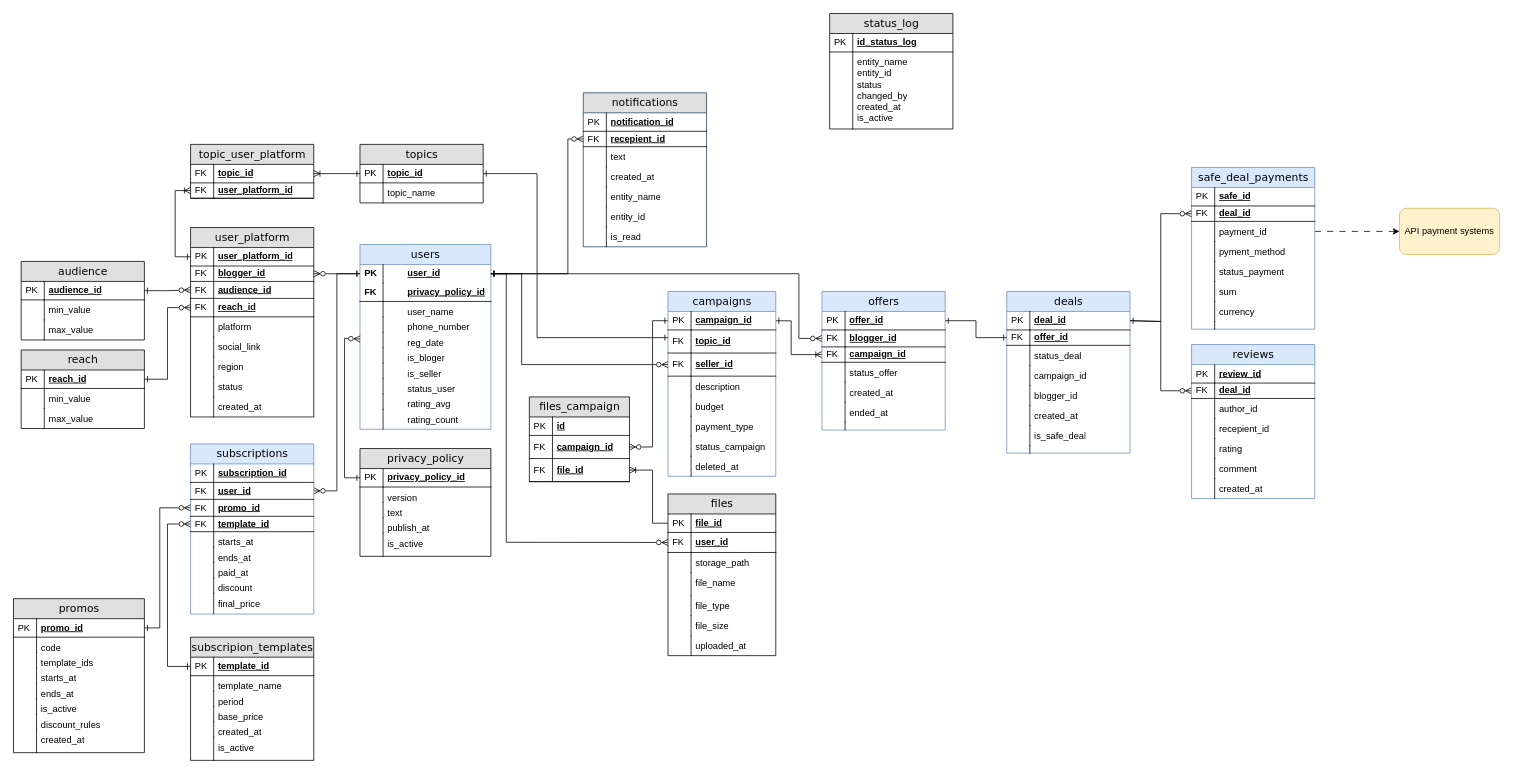
This is diagrams/erd.drawio.xml from NadezdaHope19/practice, a draw.io file, before an edit. Source tidied: cells renumbered, new cells numbered last; positions are measured from the earlier drawing's top-left corner, leaving out a move shared by most shapes. Both pictures are drawn from the tidied source at 77%, with x=0, y=0 at pixel (13, 13).
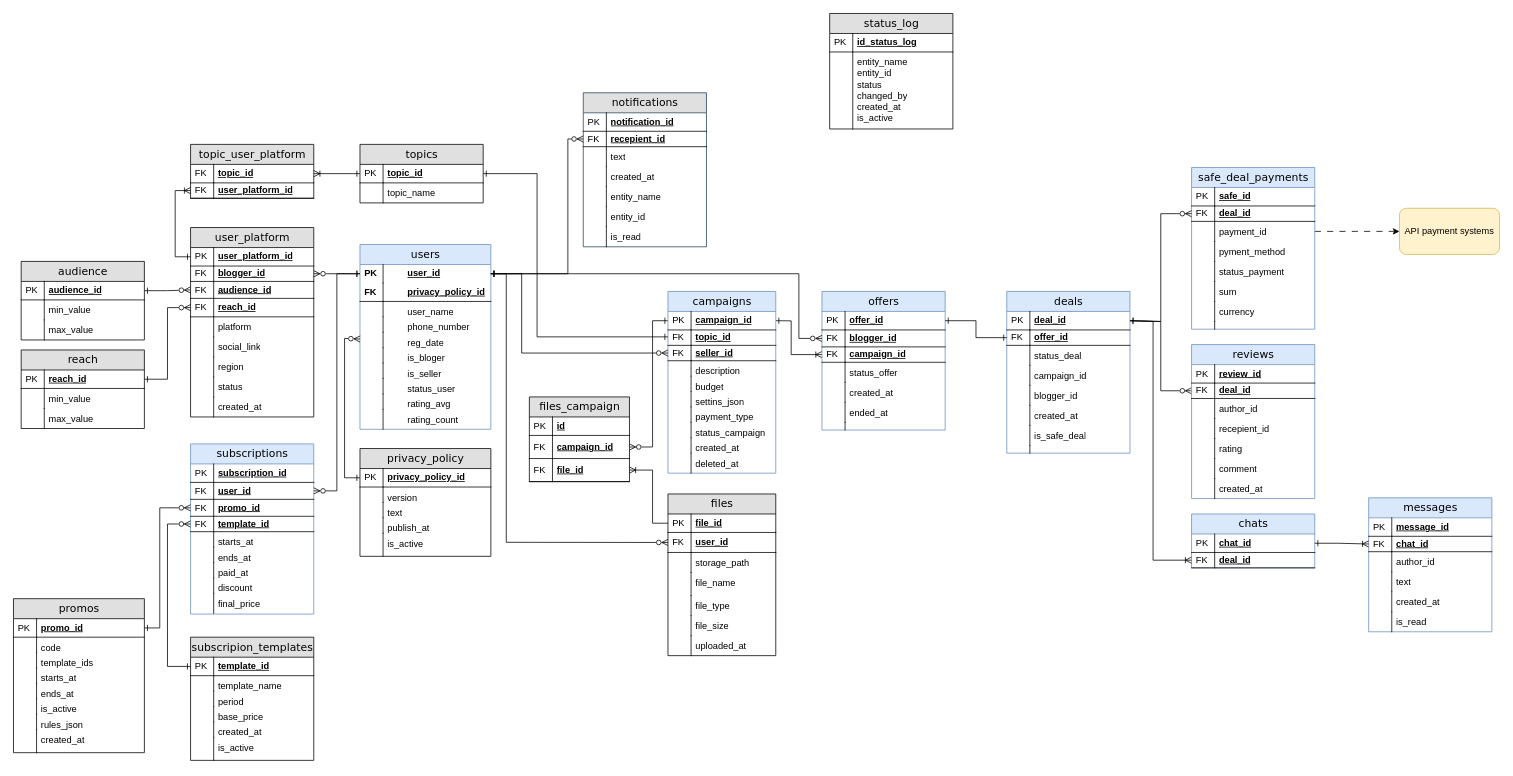
The same page after the edit.

The change refers to these unchanged cells:
```xml
<mxCell id="3" value="user_id" style="shape=partialRectangle;top=0;left=0;right=0;bottom=0;html=1;align=left;verticalAlign=middle;fillColor=none;spacingLeft=60;spacingRight=4;whiteSpace=wrap;overflow=hidden;points=[[0,0.5],[1,0.5]];portConstraint=eastwest;fontStyle=5;" parent="2" vertex="1">
  <mxGeometry y="26" width="170" height="24" as="geometry" />
</mxCell>
<mxCell id="97" value="topic_id" style="shape=partialRectangle;top=0;left=0;right=0;bottom=1;html=1;align=left;verticalAlign=middle;fillColor=none;spacingLeft=34;spacingRight=4;whiteSpace=wrap;overflow=hidden;points=[[0,0.5],[1,0.5]];portConstraint=eastwest;fontStyle=5;" parent="96" vertex="1">
  <mxGeometry y="26" width="160" height="24" as="geometry" />
</mxCell>
<mxCell id="202" value="deal_id" style="shape=partialRectangle;top=0;left=0;right=0;bottom=1;html=1;align=left;verticalAlign=middle;fillColor=none;spacingLeft=34;spacingRight=4;whiteSpace=wrap;overflow=hidden;points=[[0,0.5],[1,0.5]];portConstraint=eastwest;fontStyle=5;" parent="201" vertex="1">
  <mxGeometry y="26" width="160" height="24" as="geometry" />
</mxCell>
<mxCell id="237" value="promos" style="swimlane;html=1;fontStyle=0;horizontal=1;startSize=26;fillColor=#e0e0e0;swimlaneFillColor=#ffffff;align=center;rounded=0;shadow=0;comic=0;labelBackgroundColor=none;strokeWidth=1;fontFamily=Verdana;fontSize=14;swimlaneLine=1;" parent="1" vertex="1">
  <mxGeometry y="760" width="170" height="200" as="geometry" />
</mxCell>
```

What changed in the source:
```diff
@@
     <mxCell id="25" value="campaigns" style="swimlane;html=1;fontStyle=0;horizontal=1;startSize=26;fillColor=#dae8fc;swimlaneFillColor=#ffffff;align=center;rounded=0;shadow=0;comic=0;labelBackgroundColor=none;strokeWidth=1;fontFamily=Verdana;fontSize=14;swimlaneLine=1;strokeColor=#6c8ebf;" parent="1" vertex="1">
-      <mxGeometry x="850" y="361" width="140" height="240" as="geometry" />
+      <mxGeometry x="850" y="361" width="140" height="236" as="geometry" />
     </mxCell>
@@
     <mxCell id="28" value="&lt;div&gt;&lt;span style=&quot;background-color: transparent; color: light-dark(rgb(0, 0, 0), rgb(255, 255, 255));&quot;&gt;topic_id&lt;/span&gt;&lt;/div&gt;" style="shape=partialRectangle;top=0;left=0;right=0;bottom=1;html=1;align=left;verticalAlign=middle;fillColor=none;spacingLeft=34;spacingRight=4;whiteSpace=wrap;overflow=hidden;fontStyle=5;" parent="25" vertex="1">
-      <mxGeometry y="50" width="140" height="30" as="geometry" />
+      <mxGeometry y="50" width="140" height="20" as="geometry" />
     </mxCell>
     <mxCell id="29" value="&lt;div&gt;&lt;span style=&quot;background-color: transparent; color: light-dark(rgb(0, 0, 0), rgb(255, 255, 255));&quot;&gt;FK&lt;/span&gt;&lt;/div&gt;" style="shape=partialRectangle;top=0;left=0;bottom=0;html=1;fillColor=none;align=left;verticalAlign=middle;spacingLeft=4;spacingRight=4;whiteSpace=wrap;overflow=hidden;" parent="28" vertex="1">
-      <mxGeometry width="30" height="30" as="geometry" />
+      <mxGeometry width="30" height="20" as="geometry" />
     </mxCell>
     <mxCell id="30" value="&lt;div&gt;&lt;span style=&quot;background-color: transparent; color: light-dark(rgb(0, 0, 0), rgb(255, 255, 255));&quot;&gt;seller_id&lt;/span&gt;&lt;/div&gt;" style="shape=partialRectangle;top=0;left=0;right=0;bottom=1;html=1;align=left;verticalAlign=middle;fillColor=none;spacingLeft=34;spacingRight=4;whiteSpace=wrap;overflow=hidden;points=[[0,0.5],[1,0.5]];portConstraint=eastwest;fontStyle=5;" parent="25" vertex="1">
-      <mxGeometry y="80" width="140" height="30" as="geometry" />
+      <mxGeometry y="70" width="140" height="20" as="geometry" />
     </mxCell>
     <mxCell id="31" value="&lt;div&gt;&lt;span style=&quot;background-color: transparent; color: light-dark(rgb(0, 0, 0), rgb(255, 255, 255));&quot;&gt;FK&lt;/span&gt;&lt;/div&gt;" style="shape=partialRectangle;top=0;left=0;bottom=0;html=1;fillColor=none;align=left;verticalAlign=middle;spacingLeft=4;spacingRight=4;whiteSpace=wrap;overflow=hidden;" parent="30" vertex="1">
-      <mxGeometry width="30" height="30" as="geometry" />
+      <mxGeometry width="30" height="20" as="geometry" />
     </mxCell>
     <mxCell id="32" value="description" style="shape=partialRectangle;top=0;left=0;right=0;bottom=0;html=1;align=left;verticalAlign=top;fillColor=none;spacingLeft=34;spacingRight=4;whiteSpace=wrap;overflow=hidden;" parent="25" vertex="1">
-      <mxGeometry y="110" width="140" height="26" as="geometry" />
+      <mxGeometry y="90" width="140" height="20" as="geometry" />
     </mxCell>
     <mxCell id="33" style="shape=partialRectangle;top=0;left=0;bottom=0;html=1;fillColor=none;align=left;verticalAlign=top;spacingLeft=4;spacingRight=4;whiteSpace=wrap;overflow=hidden;" parent="32" vertex="1">
-      <mxGeometry width="30" height="26" as="geometry" />
+      <mxGeometry width="30" height="20" as="geometry" />
     </mxCell>
     <mxCell id="34" value="budget" style="shape=partialRectangle;top=0;left=0;right=0;bottom=0;html=1;align=left;verticalAlign=top;fillColor=none;spacingLeft=34;spacingRight=4;whiteSpace=wrap;overflow=hidden;" parent="25" vertex="1">
-      <mxGeometry y="136" width="140" height="26" as="geometry" />
+      <mxGeometry y="110" width="140" height="20" as="geometry" />
     </mxCell>
     <mxCell id="35" style="shape=partialRectangle;top=0;left=0;bottom=0;html=1;fillColor=none;align=left;verticalAlign=top;spacingLeft=4;spacingRight=4;whiteSpace=wrap;overflow=hidden;" parent="34" vertex="1">
-      <mxGeometry width="30" height="26" as="geometry" />
+      <mxGeometry width="30" height="20" as="geometry" />
     </mxCell>
+    <mxCell id="271" value="&lt;div&gt;&lt;span style=&quot;background-color: transparent; color: light-dark(rgb(0, 0, 0), rgb(255, 255, 255));&quot;&gt;settins_json&lt;/span&gt;&lt;/div&gt;" style="shape=partialRectangle;top=0;left=0;right=0;bottom=0;html=1;align=left;verticalAlign=top;fillColor=none;spacingLeft=34;spacingRight=4;whiteSpace=wrap;overflow=hidden;" parent="25" vertex="1">
+      <mxGeometry y="130" width="140" height="20" as="geometry" />
+    </mxCell>
+    <mxCell id="272" style="shape=partialRectangle;top=0;left=0;bottom=0;html=1;fillColor=none;align=left;verticalAlign=top;spacingLeft=4;spacingRight=4;whiteSpace=wrap;overflow=hidden;" parent="271" vertex="1">
+      <mxGeometry width="30" height="20" as="geometry" />
+    </mxCell>
     <mxCell id="36" value="payment_type" style="shape=partialRectangle;top=0;left=0;right=0;bottom=0;html=1;align=left;verticalAlign=top;fillColor=none;spacingLeft=34;spacingRight=4;whiteSpace=wrap;overflow=hidden;" parent="25" vertex="1">
-      <mxGeometry y="162" width="140" height="26" as="geometry" />
+      <mxGeometry y="150" width="140" height="20" as="geometry" />
     </mxCell>
     <mxCell id="37" style="shape=partialRectangle;top=0;left=0;bottom=0;html=1;fillColor=none;align=left;verticalAlign=top;spacingLeft=4;spacingRight=4;whiteSpace=wrap;overflow=hidden;" parent="36" vertex="1">
-      <mxGeometry width="30" height="26" as="geometry" />
+      <mxGeometry width="30" height="20" as="geometry" />
     </mxCell>
     <mxCell id="38" value="&lt;div&gt;&lt;span style=&quot;background-color: transparent; color: light-dark(rgb(0, 0, 0), rgb(255, 255, 255));&quot;&gt;status_campaign&lt;/span&gt;&lt;/div&gt;" style="shape=partialRectangle;top=0;left=0;right=0;bottom=0;html=1;align=left;verticalAlign=top;fillColor=none;spacingLeft=34;spacingRight=4;whiteSpace=wrap;overflow=hidden;" parent="25" vertex="1">
-      <mxGeometry y="188" width="140" height="26" as="geometry" />
+      <mxGeometry y="170" width="140" height="20" as="geometry" />
     </mxCell>
     <mxCell id="39" style="shape=partialRectangle;top=0;left=0;bottom=0;html=1;fillColor=none;align=left;verticalAlign=top;spacingLeft=4;spacingRight=4;whiteSpace=wrap;overflow=hidden;" parent="38" vertex="1">
-      <mxGeometry width="30" height="26" as="geometry" />
+      <mxGeometry width="30" height="20" as="geometry" />
     </mxCell>
+    <mxCell id="273" value="&lt;div&gt;&lt;span style=&quot;background-color: transparent; color: light-dark(rgb(0, 0, 0), rgb(255, 255, 255));&quot;&gt;created_at&lt;/span&gt;&lt;/div&gt;" style="shape=partialRectangle;top=0;left=0;right=0;bottom=0;html=1;align=left;verticalAlign=top;fillColor=none;spacingLeft=34;spacingRight=4;whiteSpace=wrap;overflow=hidden;" parent="25" vertex="1">
+      <mxGeometry y="190" width="140" height="20" as="geometry" />
+    </mxCell>
+    <mxCell id="274" style="shape=partialRectangle;top=0;left=0;bottom=0;html=1;fillColor=none;align=left;verticalAlign=top;spacingLeft=4;spacingRight=4;whiteSpace=wrap;overflow=hidden;" parent="273" vertex="1">
+      <mxGeometry width="30" height="20" as="geometry" />
+    </mxCell>
     <mxCell id="40" value="deleted_at" style="shape=partialRectangle;top=0;left=0;right=0;bottom=0;html=1;align=left;verticalAlign=top;fillColor=none;spacingLeft=34;spacingRight=4;whiteSpace=wrap;overflow=hidden;" parent="25" vertex="1">
-      <mxGeometry y="214" width="140" height="26" as="geometry" />
+      <mxGeometry y="210" width="140" height="26" as="geometry" />
     </mxCell>
@@
     <mxCell id="95" style="edgeStyle=none;rounded=0;jettySize=auto;html=1;entryX=0;entryY=0.5;entryDx=0;entryDy=0;endArrow=ERzeroToMany;endFill=0;startArrow=ERone;startFill=0;exitX=1;exitY=0.5;exitDx=0;exitDy=0;" parent="1" edge="1" source="3" target="30">
       <mxGeometry relative="1" as="geometry">
         <Array as="points">
           <mxPoint x="660" y="338" />
-          <mxPoint x="660" y="456" />
+          <mxPoint x="660" y="441" />
         </Array>
       </mxGeometry>
     </mxCell>
@@
     <mxCell id="166" style="edgeStyle=none;rounded=0;jettySize=auto;html=1;exitX=0;exitY=0.25;exitDx=0;exitDy=0;entryX=1;entryY=0.5;entryDx=0;entryDy=0;endArrow=ERone;endFill=0;startArrow=ERone;startFill=0;" parent="1" edge="1" source="25" target="97">
       <mxGeometry relative="1" as="geometry">
         <Array as="points">
-          <mxPoint x="680" y="421" />
+          <mxPoint x="680" y="420" />
           <mxPoint x="680" y="208" />
         </Array>
       </mxGeometry>
     </mxCell>
@@
-    <mxCell id="250" value="discount_rules" style="shape=partialRectangle;top=0;left=0;right=0;bottom=0;html=1;align=left;verticalAlign=top;fillColor=none;spacingLeft=34;spacingRight=4;whiteSpace=wrap;overflow=hidden;" parent="237" vertex="1">
+    <mxCell id="250" value="rules_json" style="shape=partialRectangle;top=0;left=0;right=0;bottom=0;html=1;align=left;verticalAlign=top;fillColor=none;spacingLeft=34;spacingRight=4;whiteSpace=wrap;overflow=hidden;" parent="237" vertex="1">
       <mxGeometry y="150" width="170" height="20" as="geometry" />
     </mxCell>
@@
+    <mxCell id="275" value="chats" style="swimlane;html=1;fontStyle=0;horizontal=1;startSize=26;fillColor=#dae8fc;swimlaneFillColor=#ffffff;align=center;rounded=0;shadow=0;comic=0;labelBackgroundColor=none;strokeWidth=1;fontFamily=Verdana;fontSize=14;strokeColor=#6c8ebf;" parent="1" vertex="1">
+      <mxGeometry x="1530" y="650" width="160" height="70" as="geometry" />
+    </mxCell>
+    <mxCell id="276" value="chat_id" style="shape=partialRectangle;top=0;left=0;right=0;bottom=1;html=1;align=left;verticalAlign=middle;fillColor=none;spacingLeft=34;spacingRight=4;whiteSpace=wrap;overflow=hidden;points=[[0,0.5],[1,0.5]];portConstraint=eastwest;fontStyle=5;" parent="275" vertex="1">
+      <mxGeometry y="26" width="160" height="24" as="geometry" />
+    </mxCell>
+    <mxCell id="277" value="PK" style="shape=partialRectangle;top=0;left=0;bottom=0;html=1;fillColor=none;align=left;verticalAlign=middle;spacingLeft=4;spacingRight=4;whiteSpace=wrap;overflow=hidden;" parent="276" vertex="1">
+      <mxGeometry width="30" height="24" as="geometry" />
+    </mxCell>
+    <mxCell id="278" value="&lt;div&gt;&lt;span style=&quot;background-color: transparent; color: light-dark(rgb(0, 0, 0), rgb(255, 255, 255));&quot;&gt;deal_id&lt;/span&gt;&lt;/div&gt;" style="shape=partialRectangle;top=0;left=0;right=0;bottom=1;html=1;align=left;verticalAlign=middle;fillColor=none;spacingLeft=34;spacingRight=4;whiteSpace=wrap;overflow=hidden;points=[[0,0.5],[1,0.5]];portConstraint=eastwest;fontStyle=5;" parent="275" vertex="1">
+      <mxGeometry y="50" width="160" height="20" as="geometry" />
+    </mxCell>
+    <mxCell id="279" value="&lt;div&gt;&lt;span style=&quot;background-color: transparent; color: light-dark(rgb(0, 0, 0), rgb(255, 255, 255));&quot;&gt;FK&lt;/span&gt;&lt;/div&gt;" style="shape=partialRectangle;top=0;left=0;bottom=0;html=1;fillColor=none;align=left;verticalAlign=middle;spacingLeft=4;spacingRight=4;whiteSpace=wrap;overflow=hidden;" parent="278" vertex="1">
+      <mxGeometry width="30" height="20" as="geometry" />
+    </mxCell>
+    <mxCell id="280" value="messages" style="swimlane;html=1;fontStyle=0;horizontal=1;startSize=26;fillColor=#dae8fc;swimlaneFillColor=#ffffff;align=center;rounded=0;shadow=0;comic=0;labelBackgroundColor=none;strokeWidth=1;fontFamily=Verdana;fontSize=14;strokeColor=#6c8ebf;" parent="1" vertex="1">
+      <mxGeometry x="1760" y="629" width="160" height="174" as="geometry" />
+    </mxCell>
+    <mxCell id="281" value="message_id" style="shape=partialRectangle;top=0;left=0;right=0;bottom=1;html=1;align=left;verticalAlign=middle;fillColor=none;spacingLeft=34;spacingRight=4;whiteSpace=wrap;overflow=hidden;fontStyle=5;" parent="280" vertex="1">
+      <mxGeometry y="26" width="160" height="24" as="geometry" />
+    </mxCell>
+    <mxCell id="282" value="PK" style="shape=partialRectangle;top=0;left=0;bottom=0;html=1;fillColor=none;align=left;verticalAlign=middle;spacingLeft=4;spacingRight=4;whiteSpace=wrap;overflow=hidden;" parent="281" vertex="1">
+      <mxGeometry width="30" height="24" as="geometry" />
+    </mxCell>
+    <mxCell id="283" value="&lt;div&gt;&lt;span style=&quot;background-color: transparent; color: light-dark(rgb(0, 0, 0), rgb(255, 255, 255));&quot;&gt;chat_id&lt;/span&gt;&lt;/div&gt;" style="shape=partialRectangle;top=0;left=0;right=0;bottom=1;html=1;align=left;verticalAlign=middle;fillColor=none;spacingLeft=34;spacingRight=4;whiteSpace=wrap;overflow=hidden;points=[[0,0.5],[1,0.5]];portConstraint=eastwest;fontStyle=5;" parent="280" vertex="1">
+      <mxGeometry y="50" width="160" height="20" as="geometry" />
+    </mxCell>
+    <mxCell id="284" value="&lt;div&gt;&lt;span style=&quot;background-color: transparent; color: light-dark(rgb(0, 0, 0), rgb(255, 255, 255));&quot;&gt;FK&lt;/span&gt;&lt;/div&gt;" style="shape=partialRectangle;top=0;left=0;bottom=0;html=1;fillColor=none;align=left;verticalAlign=middle;spacingLeft=4;spacingRight=4;whiteSpace=wrap;overflow=hidden;" parent="283" vertex="1">
+      <mxGeometry width="30" height="20" as="geometry" />
+    </mxCell>
+    <mxCell id="285" value="author_id" style="shape=partialRectangle;top=0;left=0;right=0;bottom=0;html=1;align=left;verticalAlign=top;fillColor=none;spacingLeft=34;spacingRight=4;whiteSpace=wrap;overflow=hidden;" parent="280" vertex="1">
+      <mxGeometry y="70" width="160" height="26" as="geometry" />
+    </mxCell>
+    <mxCell id="286" style="shape=partialRectangle;top=0;left=0;bottom=0;html=1;fillColor=none;align=left;verticalAlign=top;spacingLeft=4;spacingRight=4;whiteSpace=wrap;overflow=hidden;" parent="285" vertex="1">
+      <mxGeometry width="30" height="26" as="geometry" />
+    </mxCell>
+    <mxCell id="287" value="text" style="shape=partialRectangle;top=0;left=0;right=0;bottom=0;html=1;align=left;verticalAlign=top;fillColor=none;spacingLeft=34;spacingRight=4;whiteSpace=wrap;overflow=hidden;" parent="280" vertex="1">
+      <mxGeometry y="96" width="160" height="26" as="geometry" />
+    </mxCell>
+    <mxCell id="288" style="shape=partialRectangle;top=0;left=0;bottom=0;html=1;fillColor=none;align=left;verticalAlign=top;spacingLeft=4;spacingRight=4;whiteSpace=wrap;overflow=hidden;" parent="287" vertex="1">
+      <mxGeometry width="30" height="26" as="geometry" />
+    </mxCell>
+    <mxCell id="289" value="created_at" style="shape=partialRectangle;top=0;left=0;right=0;bottom=0;html=1;align=left;verticalAlign=top;fillColor=none;spacingLeft=34;spacingRight=4;whiteSpace=wrap;overflow=hidden;" parent="280" vertex="1">
+      <mxGeometry y="122" width="160" height="26" as="geometry" />
+    </mxCell>
+    <mxCell id="290" style="shape=partialRectangle;top=0;left=0;bottom=0;html=1;fillColor=none;align=left;verticalAlign=top;spacingLeft=4;spacingRight=4;whiteSpace=wrap;overflow=hidden;" parent="289" vertex="1">
+      <mxGeometry width="30" height="26" as="geometry" />
+    </mxCell>
+    <mxCell id="291" value="is_read" style="shape=partialRectangle;top=0;left=0;right=0;bottom=0;html=1;align=left;verticalAlign=top;fillColor=none;spacingLeft=34;spacingRight=4;whiteSpace=wrap;overflow=hidden;" parent="280" vertex="1">
+      <mxGeometry y="148" width="160" height="26" as="geometry" />
+    </mxCell>
+    <mxCell id="292" style="shape=partialRectangle;top=0;left=0;bottom=0;html=1;fillColor=none;align=left;verticalAlign=top;spacingLeft=4;spacingRight=4;whiteSpace=wrap;overflow=hidden;" parent="291" vertex="1">
+      <mxGeometry width="30" height="26" as="geometry" />
+    </mxCell>
+    <mxCell id="293" style="edgeStyle=none;rounded=0;jettySize=auto;html=1;exitX=1;exitY=0.5;exitDx=0;exitDy=0;entryX=0;entryY=0.5;entryDx=0;entryDy=0;endArrow=ERoneToMany;endFill=0;startArrow=ERone;startFill=0;" parent="1" edge="1" source="202" target="278">
+      <mxGeometry relative="1" as="geometry">
+        <Array as="points">
+          <mxPoint x="1480" y="400" />
+          <mxPoint x="1480" y="710" />
+        </Array>
+      </mxGeometry>
+    </mxCell>
+    <mxCell id="294" style="edgeStyle=none;rounded=0;jettySize=auto;html=1;exitX=1;exitY=0.5;exitDx=0;exitDy=0;entryX=0;entryY=0.5;entryDx=0;entryDy=0;endArrow=ERoneToMany;endFill=0;startArrow=ERone;startFill=0;" parent="1" edge="1" source="276" target="283">
+      <mxGeometry relative="1" as="geometry">
+        <Array as="points">
+          <mxPoint x="1720" y="688" />
+        </Array>
+      </mxGeometry>
+    </mxCell>
```
